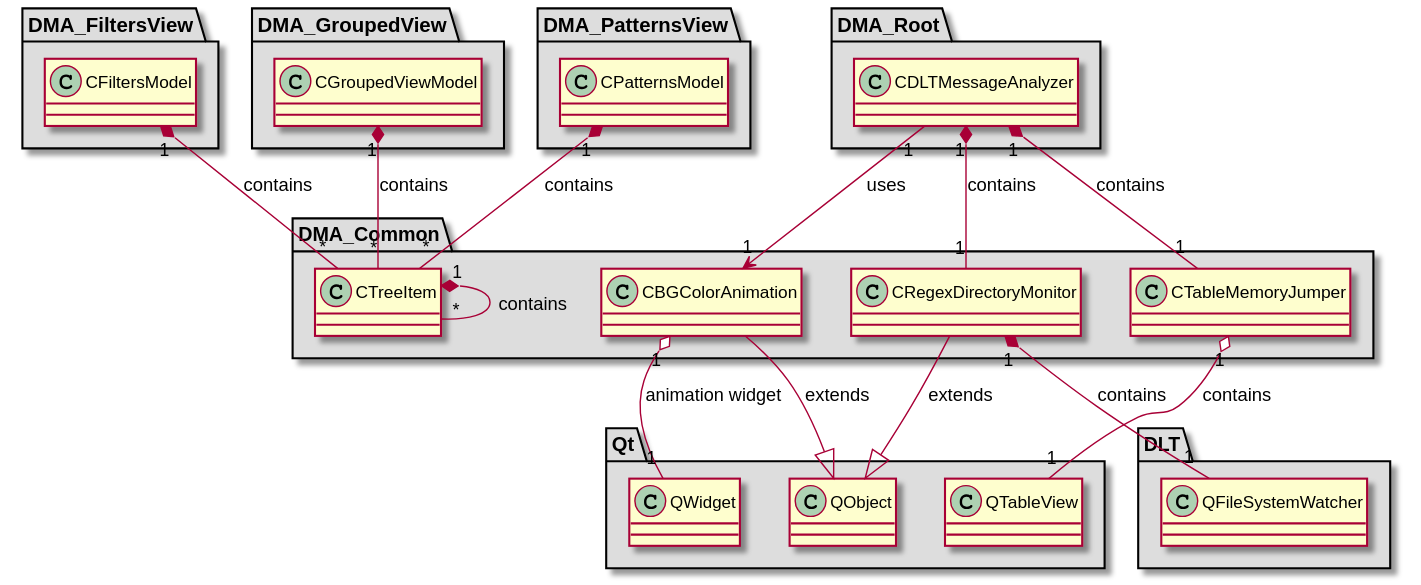
Earlier version of the PlantUML export md/dev_docs/puml/DMA_Common.svg (svlad-90/DLT-Message-Analyzer). The source it was exported from:
```plantuml
@startuml

skinparam wrapWidth 600
package "DLT" #DDDDDD
{

class "QFileSystemWatcher"
{
}

}

package "DMA_Common" #DDDDDD
{

class "CBGColorAnimation"
{
}

class "CRegexDirectoryMonitor"
{
}

class "CTableMemoryJumper"
{
}

class "CTreeItem"
{
}

}

package "DMA_FiltersView" #DDDDDD
{

class "CFiltersModel"
{
}

}

package "DMA_GroupedView" #DDDDDD
{

class "CGroupedViewModel"
{
}

}

package "DMA_PatternsView" #DDDDDD
{

class "CPatternsModel"
{
}

}

package "DMA_Root" #DDDDDD
{

class "CDLTMessageAnalyzer"
{
}

}

package "Qt" #DDDDDD
{

class "QObject"
{
}

class "QTableView"
{
}

class "QWidget"
{
}

}

QObject <|-- CBGColorAnimation : extends
QObject <|-- CRegexDirectoryMonitor : extends

CBGColorAnimation "1" o-- "1" QWidget : animation widget
CRegexDirectoryMonitor "1" *-- "1" QFileSystemWatcher : contains
CTableMemoryJumper "1" o-- "1" QTableView : contains
CTreeItem "1" *-- "*" CTreeItem : contains
CFiltersModel "1" *-- "*" CTreeItem : contains
CGroupedViewModel "1" *-- "*" CTreeItem : contains
CPatternsModel "1" *-- "*" CTreeItem : contains
CDLTMessageAnalyzer "1" --> "1" CBGColorAnimation : uses
CDLTMessageAnalyzer "1" *-- "1" CRegexDirectoryMonitor : contains
CDLTMessageAnalyzer "1" *-- "1" CTableMemoryJumper : contains

@enduml
```
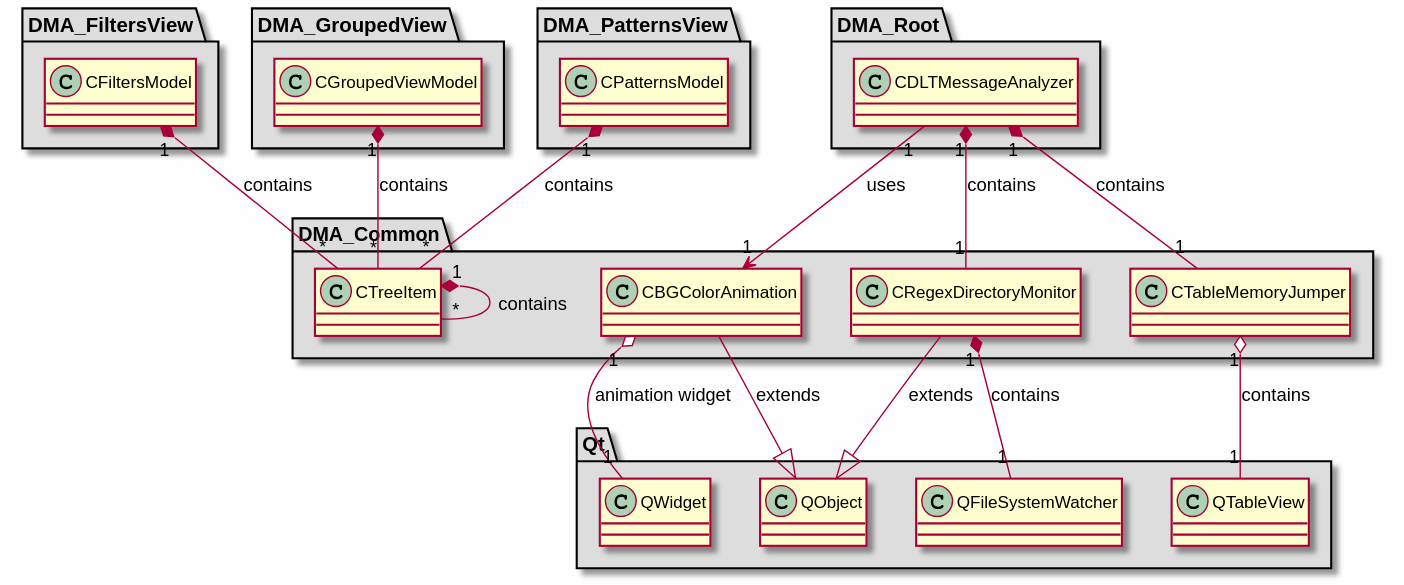
Above is the later version.

Diff of the diagram source:
```diff
@@ -1,15 +1,7 @@
 @startuml
 
+skinparam backgroundColor #FEFEFE
 skinparam wrapWidth 600
-package "DLT" #DDDDDD
-{
-
-class "QFileSystemWatcher"
-{
-}
-
-}
-
 package "DMA_Common" #DDDDDD
 {
 
@@ -70,6 +62,10 @@
 package "Qt" #DDDDDD
 {
 
+class "QFileSystemWatcher"
+{
+}
+
 class "QObject"
 {
 }
```
